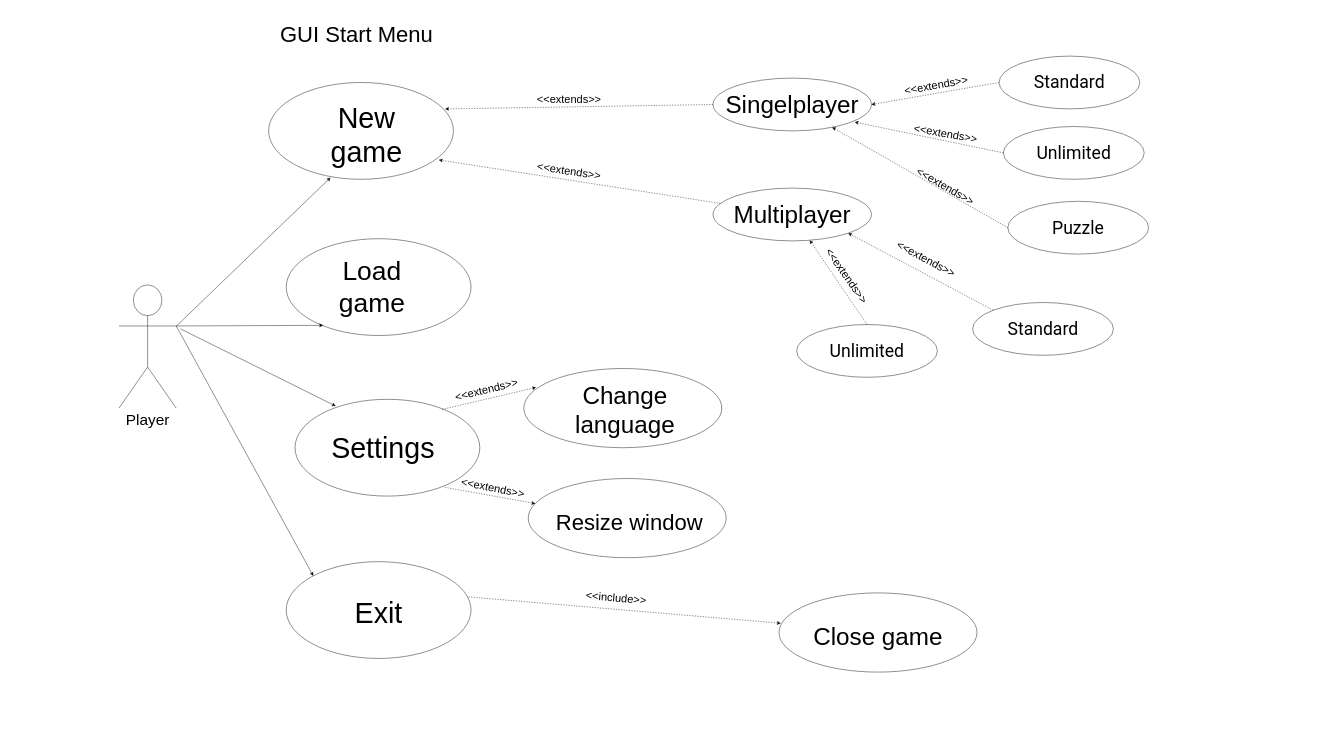
The draw.io diagram page "Page-1" (1 of 2) of docs/content/diagrams/raw/GUIStartMenuDiagram.drawio in nolliebigspin/chess-game, before the edit. Source tidied: cells renumbered, new cells numbered last; positions are measured from the earlier drawing's top-left corner, leaving out a move shared by most shapes. Both pictures are drawn from the tidied source at 44%, with x=0, y=0 at pixel (119, 12).
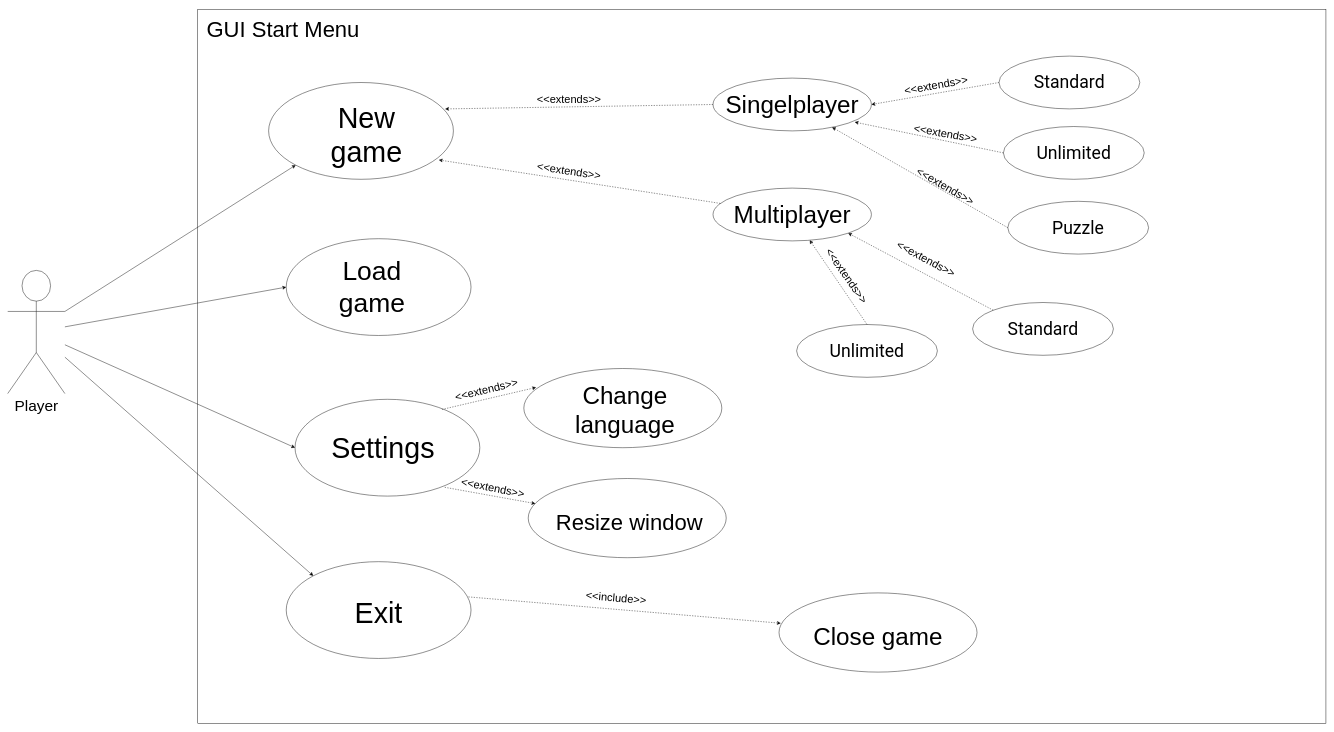
After the change.

Commit message:
added Square around use case Start Menu

Unchanged cells that the change refers to:
```xml
<mxCell id="3" style="ellipse;whiteSpace=wrap;html=1;" parent="1" vertex="1">
  <mxGeometry x="340" y="160" width="420" height="220" as="geometry" />
</mxCell>
<mxCell id="4" style="ellipse;whiteSpace=wrap;html=1;" parent="1" vertex="1">
  <mxGeometry x="380" y="515" width="420" height="220" as="geometry" />
</mxCell>
<mxCell id="5" style="ellipse;whiteSpace=wrap;html=1;" parent="1" vertex="1">
  <mxGeometry x="400" y="880" width="420" height="220" as="geometry" />
</mxCell>
<mxCell id="6" style="ellipse;whiteSpace=wrap;html=1;" parent="1" vertex="1">
  <mxGeometry x="380" y="1249" width="420" height="220" as="geometry" />
</mxCell>
```

Change to the diagram source:
```diff
@@
+    <mxCell id="56" style="group;" parent="1" vertex="1">
+      <mxGeometry x="-107" y="-10" width="2843" height="1630" as="geometry" />
+    </mxCell>
+    <mxCell id="57" style="rounded=0;whiteSpace=wrap;html=1;" parent="56" vertex="1">
+      <mxGeometry x="286" y="3.5" width="2564" height="1623" as="geometry" />
+    </mxCell>
+    <mxCell id="51" value="&lt;font style=&quot;font-size: 50px&quot;&gt;GUI Start Menu&lt;/font&gt;" style="text;html=1;strokeColor=none;fillColor=none;align=center;verticalAlign=middle;whiteSpace=wrap;rounded=0;fontSize=19;" parent="56" vertex="1">
+      <mxGeometry width="960" height="100" as="geometry" />
+    </mxCell>
     <mxCell id="2" value="&lt;font style=&quot;font-size: 35px&quot;&gt;Player&lt;br&gt;&lt;br&gt;&lt;/font&gt;" style="shape=umlActor;verticalLabelPosition=bottom;labelBackgroundColor=#ffffff;verticalAlign=top;html=1;outlineConnect=0;" parent="1" vertex="1">
-      <mxGeometry y="620" width="130" height="280" as="geometry" />
+      <mxGeometry x="-253" y="587" width="130" height="280" as="geometry" />
     </mxCell>
@@
-    <mxCell id="31" style="endArrow=classic;html=1;fontSize=19;entryX=0.335;entryY=0.982;entryDx=0;entryDy=0;entryPerimeter=0;" parent="1" edge="1" target="3">
-      <mxGeometry relative="1" as="geometry">
-        <mxPoint x="130" y="714" as="sourcePoint" />
-      </mxGeometry>
+    <mxCell id="31" style="endArrow=classic;html=1;fontSize=19;entryX=0;entryY=1;entryDx=0;entryDy=0;exitX=1;exitY=0.3333333333333333;exitDx=0;exitDy=0;exitPerimeter=0;" parent="1" edge="1" source="2" target="3">
+      <mxGeometry relative="1" as="geometry" />
     </mxCell>
-    <mxCell id="32" style="endArrow=classic;html=1;fontSize=19;exitX=1;exitY=0.3333333333333333;exitDx=0;exitDy=0;exitPerimeter=0;entryX=0.2;entryY=0.895;entryDx=0;entryDy=0;entryPerimeter=0;" parent="1" edge="1" source="2" target="4">
+    <mxCell id="32" style="endArrow=classic;html=1;fontSize=19;entryX=0;entryY=0.5;entryDx=0;entryDy=0;" parent="1" edge="1" source="2" target="4">
       <mxGeometry relative="1" as="geometry" />
     </mxCell>
-    <mxCell id="33" style="endArrow=classic;html=1;fontSize=19;exitX=1;exitY=0.3333333333333333;exitDx=0;exitDy=0;exitPerimeter=0;entryX=0;entryY=0;entryDx=0;entryDy=0;" parent="1" edge="1" source="2" target="6">
+    <mxCell id="33" style="endArrow=classic;html=1;fontSize=19;entryX=0;entryY=0;entryDx=0;entryDy=0;" parent="1" edge="1" source="2" target="6">
       <mxGeometry relative="1" as="geometry" />
     </mxCell>
-    <mxCell id="34" style="endArrow=classic;html=1;fontSize=19;entryX=0.22;entryY=0.07;entryDx=0;entryDy=0;entryPerimeter=0;" parent="1" edge="1" target="5">
-      <mxGeometry relative="1" as="geometry">
-        <mxPoint x="140" y="720" as="sourcePoint" />
-      </mxGeometry>
+    <mxCell id="34" style="endArrow=classic;html=1;fontSize=19;entryX=0;entryY=0.5;entryDx=0;entryDy=0;" parent="1" edge="1" source="2" target="5">
+      <mxGeometry relative="1" as="geometry" />
     </mxCell>
@@
-    <mxCell id="51" value="&lt;font style=&quot;font-size: 50px&quot;&gt;GUI Start Menu&lt;/font&gt;" style="text;html=1;strokeColor=none;fillColor=none;align=center;verticalAlign=middle;whiteSpace=wrap;rounded=0;fontSize=19;" parent="1" vertex="1">
-      <mxGeometry x="60" width="960" height="100" as="geometry" />
-    </mxCell>
```
